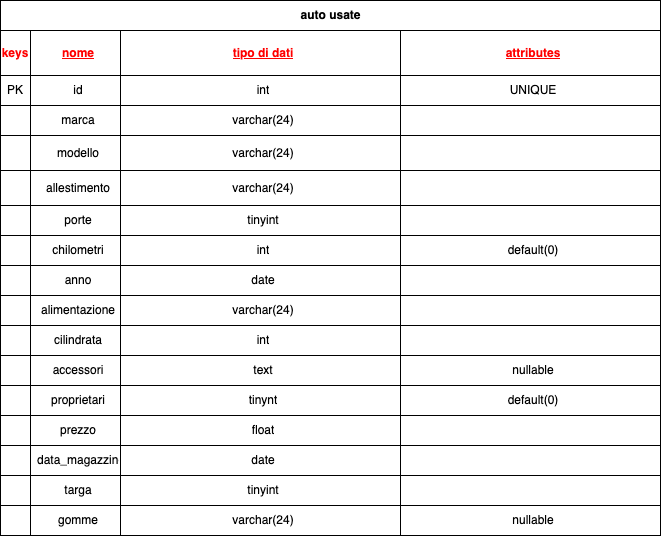
Earlier version of the draw.io export struttura-db.png (gabrielemafrica/db-first). Source tidied: cells renumbered, new cells last; positions are measured from the earlier drawing's top-left corner, leaving out a move shared by most shapes.
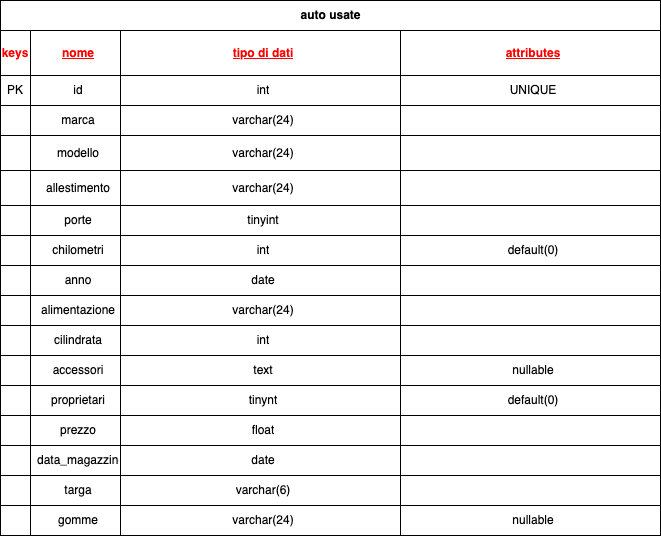
After the change.

Commit message:
correzione targa

Diff of the diagram source:
```diff
@@ -224,7 +224,7 @@
     <mxCell id="75" value="targa" style="shape=partialRectangle;fillColor=none;top=0;left=0;bottom=0;right=0;align=center;spacingLeft=6;fontStyle=0;overflow=hidden;whiteSpace=wrap;html=1;" parent="73" vertex="1">
       <mxGeometry x="30" width="90" height="30" as="geometry" />
     </mxCell>
-    <mxCell id="76" value="tinyint" style="shape=partialRectangle;fillColor=none;top=0;left=0;bottom=0;right=0;align=center;spacingLeft=6;fontStyle=0;overflow=hidden;whiteSpace=wrap;html=1;" parent="73" vertex="1">
+    <mxCell id="76" value="varchar(6)" style="shape=partialRectangle;fillColor=none;top=0;left=0;bottom=0;right=0;align=center;spacingLeft=6;fontStyle=0;overflow=hidden;whiteSpace=wrap;html=1;" parent="73" vertex="1">
       <mxGeometry x="120" width="280" height="30" as="geometry" />
     </mxCell>
     <mxCell id="77" style="shape=partialRectangle;fillColor=none;top=0;left=0;bottom=0;right=0;align=center;spacingLeft=6;fontStyle=0;overflow=hidden;whiteSpace=wrap;html=1;" parent="73" vertex="1">
```
